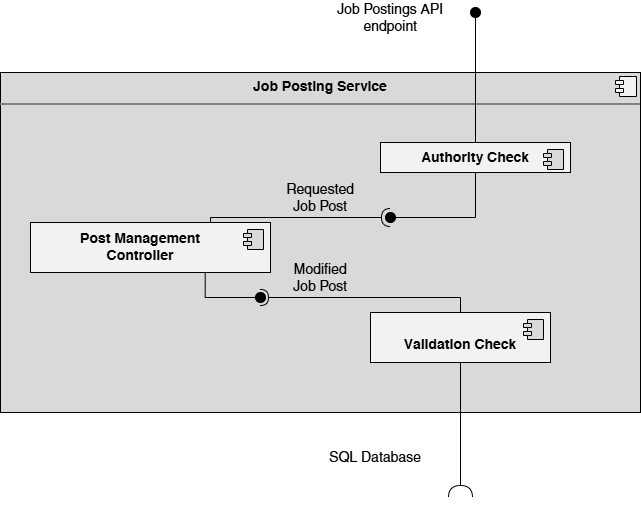
The draw.io diagram 04_QA_Review/Approved/Milestone_1_Component_Diagram/T2_Final_Subdiagram_JobPosting_Component.drawio.png in JmmonJeremy/CareerBound-SDD, before a commit. Source tidied: cells renumbered, new cells last; positions are measured from the earlier drawing's top-left corner, leaving out a move shared by most shapes. The source it was exported from:
```xml
<mxGraphModel>
  <root>
    <mxCell id="0" />
    <mxCell id="1" parent="0" />
    <mxCell id="2" style="group;" parent="1" vertex="1">
      <mxGeometry width="640" height="500" as="geometry" />
    </mxCell>
    <mxCell id="3" value="&lt;p style=&quot;margin:0px;margin-top:6px;text-align:center;&quot;&gt;&lt;b&gt;Job Posting Service&lt;/b&gt;&lt;/p&gt;&lt;hr style=&quot;border-style:solid;&quot;&gt;&lt;p style=&quot;margin:0px;margin-left:8px;&quot;&gt;&lt;br&gt;&lt;/p&gt;" style="align=left;overflow=fill;html=1;whiteSpace=wrap;fillColor=#D9D9D9;verticalAlign=top;fontSize=14;" parent="2" vertex="1">
      <mxGeometry y="70" width="640" height="340" as="geometry" />
    </mxCell>
    <mxCell id="4" style="shape=component;jettyWidth=8;jettyHeight=4;fillColor=light-dark(#f2f2f2, #ededed);" parent="3" vertex="1">
      <mxGeometry x="1" width="21" height="20" relative="1" as="geometry">
        <mxPoint x="-25" y="4" as="offset" />
      </mxGeometry>
    </mxCell>
    <mxCell id="5" value="Job Postings API endpoint" style="text;html=1;whiteSpace=wrap;strokeColor=none;fillColor=none;align=center;verticalAlign=middle;rounded=0;fontSize=14;" parent="2" vertex="1">
      <mxGeometry x="325" width="130" height="30" as="geometry" />
    </mxCell>
    <mxCell id="6" style="rounded=0;jettySize=auto;html=1;endArrow=oval;endFill=1;endSize=10;strokeWidth=1;sketch=0;" parent="2" edge="1" source="10">
      <mxGeometry relative="1" as="geometry">
        <mxPoint x="475" y="10" as="targetPoint" />
      </mxGeometry>
    </mxCell>
    <mxCell id="7" style="ellipse;whiteSpace=wrap;html=1;align=center;fillColor=none;strokeColor=none;perimeter=centerPerimeter;" parent="2" vertex="1">
      <mxGeometry x="455" y="200" width="10" height="10" as="geometry" />
    </mxCell>
    <mxCell id="8" style="html=1;whiteSpace=wrap;fillColor=#F2F2F2;fontSize=14;" parent="2" vertex="1">
      <mxGeometry x="30" y="220" width="240" height="50" as="geometry" />
    </mxCell>
    <mxCell id="9" style="shape=module;jettyWidth=8;jettyHeight=4;gradientColor=none;fillColor=light-dark(#d9d9d9, #ededed);" parent="8" vertex="1">
      <mxGeometry x="1" width="20" height="20" relative="1" as="geometry">
        <mxPoint x="-27" y="7" as="offset" />
      </mxGeometry>
    </mxCell>
    <mxCell id="10" value="&lt;b&gt;&lt;font&gt;Authority Check&lt;/font&gt;&lt;/b&gt;" style="html=1;whiteSpace=wrap;fillColor=#F2F2F2;verticalAlign=top;fontSize=14;" parent="2" vertex="1">
      <mxGeometry x="380" y="140" width="190" height="30" as="geometry" />
    </mxCell>
    <mxCell id="11" style="shape=module;jettyWidth=8;jettyHeight=4;fillColor=light-dark(#d9d9d9, #ededed);" parent="10" vertex="1">
      <mxGeometry x="1" width="20" height="20" relative="1" as="geometry">
        <mxPoint x="-27" y="7" as="offset" />
      </mxGeometry>
    </mxCell>
    <mxCell id="12" value="&lt;br&gt;&lt;b&gt;&lt;font&gt;Validation Check&lt;/font&gt;&lt;/b&gt;" style="html=1;whiteSpace=wrap;fillColor=#F2F2F2;verticalAlign=top;fontSize=14;" parent="2" vertex="1">
      <mxGeometry x="370" y="310" width="180" height="50" as="geometry" />
    </mxCell>
    <mxCell id="13" style="shape=module;jettyWidth=8;jettyHeight=4;fillColor=light-dark(#d9d9d9, #ededed);" parent="12" vertex="1">
      <mxGeometry x="1" width="20" height="20" relative="1" as="geometry">
        <mxPoint x="-27" y="7" as="offset" />
      </mxGeometry>
    </mxCell>
    <mxCell id="14" style="rounded=0;jettySize=auto;html=1;endArrow=halfCircle;endFill=0;sketch=0;sourcePerimeterSpacing=0;targetPerimeterSpacing=0;endSize=10;exitX=0.5;exitY=1;exitDx=0;exitDy=0;edgeStyle=orthogonalEdgeStyle;entryX=0.8;entryY=0.859;entryDx=0;entryDy=0;entryPerimeter=0;" parent="2" edge="1" source="12" target="15">
      <mxGeometry relative="1" as="geometry" />
    </mxCell>
    <mxCell id="15" style="ellipse;whiteSpace=wrap;html=1;align=center;fillColor=none;strokeColor=none;perimeter=centerPerimeter;points=[];outlineConnect=1;" parent="2" vertex="1">
      <mxGeometry x="455" y="490" width="10" height="10" as="geometry" />
    </mxCell>
    <mxCell id="16" value="&lt;font&gt;SQL Database&lt;/font&gt;" style="text;html=1;whiteSpace=wrap;strokeColor=none;fillColor=none;align=center;verticalAlign=middle;rounded=0;fontSize=14;" parent="2" vertex="1">
      <mxGeometry x="320" y="440" width="110" height="30" as="geometry" />
    </mxCell>
    <mxCell id="17" style="rounded=0;jettySize=auto;html=1;endArrow=oval;endFill=1;endSize=10;strokeWidth=1;sketch=0;exitX=0.5;exitY=1;exitDx=0;exitDy=0;edgeStyle=orthogonalEdgeStyle;startSize=6;" parent="2" edge="1" source="10" target="19">
      <mxGeometry relative="1" as="geometry">
        <Array as="points">
          <mxPoint x="475" y="215" />
        </Array>
      </mxGeometry>
    </mxCell>
    <mxCell id="18" style="rounded=0;jettySize=auto;html=1;endArrow=halfCircle;endFill=0;sketch=0;sourcePerimeterSpacing=0;targetPerimeterSpacing=0;endSize=7;exitX=0.75;exitY=0;exitDx=0;exitDy=0;edgeStyle=orthogonalEdgeStyle;" parent="2" edge="1" source="8">
      <mxGeometry relative="1" as="geometry">
        <mxPoint x="390" y="215" as="targetPoint" />
        <Array as="points">
          <mxPoint x="210" y="215" />
        </Array>
      </mxGeometry>
    </mxCell>
    <mxCell id="19" style="ellipse;whiteSpace=wrap;html=1;align=center;fillColor=none;strokeColor=none;perimeter=centerPerimeter;points=[];outlineConnect=1;fontSize=12;" parent="2" vertex="1">
      <mxGeometry x="385" y="210" width="10" height="10" as="geometry" />
    </mxCell>
    <mxCell id="20" style="rounded=0;jettySize=auto;html=1;endArrow=halfCircle;endFill=0;endSize=6;strokeWidth=1;sketch=0;exitX=0.5;exitY=0;exitDx=0;exitDy=0;edgeStyle=orthogonalEdgeStyle;" parent="2" edge="1" source="12" target="22">
      <mxGeometry relative="1" as="geometry">
        <Array as="points">
          <mxPoint x="460" y="295" />
        </Array>
      </mxGeometry>
    </mxCell>
    <mxCell id="21" style="rounded=0;jettySize=auto;html=1;endArrow=oval;endFill=1;sketch=0;sourcePerimeterSpacing=0;targetPerimeterSpacing=0;endSize=10;exitX=0.728;exitY=0.997;exitDx=0;exitDy=0;exitPerimeter=0;edgeStyle=orthogonalEdgeStyle;" parent="2" edge="1" source="8" target="22">
      <mxGeometry relative="1" as="geometry">
        <Array as="points">
          <mxPoint x="205" y="295" />
        </Array>
      </mxGeometry>
    </mxCell>
    <mxCell id="22" style="ellipse;whiteSpace=wrap;html=1;align=center;fillColor=none;strokeColor=none;perimeter=centerPerimeter;points=[];outlineConnect=1;" parent="2" vertex="1">
      <mxGeometry x="255" y="290" width="10" height="10" as="geometry" />
    </mxCell>
    <mxCell id="23" value="Requested Job Post" style="text;html=1;whiteSpace=wrap;strokeColor=none;fillColor=none;align=center;verticalAlign=middle;rounded=0;fontSize=14;" parent="2" vertex="1">
      <mxGeometry x="280" y="180" width="80" height="30" as="geometry" />
    </mxCell>
    <mxCell id="24" value="&lt;font style=&quot;font-size: 14px;&quot;&gt;Modified Job Post&lt;/font&gt;" style="text;html=1;whiteSpace=wrap;strokeColor=none;fillColor=none;align=center;verticalAlign=middle;rounded=0;" parent="2" vertex="1">
      <mxGeometry x="290" y="260" width="60" height="30" as="geometry" />
    </mxCell>
    <mxCell id="25" value="&lt;b style=&quot;font-size: 14px;&quot;&gt;Post Management Controller&lt;/b&gt;" style="text;html=1;whiteSpace=wrap;strokeColor=none;fillColor=none;align=center;verticalAlign=middle;rounded=0;" parent="2" vertex="1">
      <mxGeometry x="75" y="230" width="130" height="30" as="geometry" />
    </mxCell>
  </root>
</mxGraphModel>
```
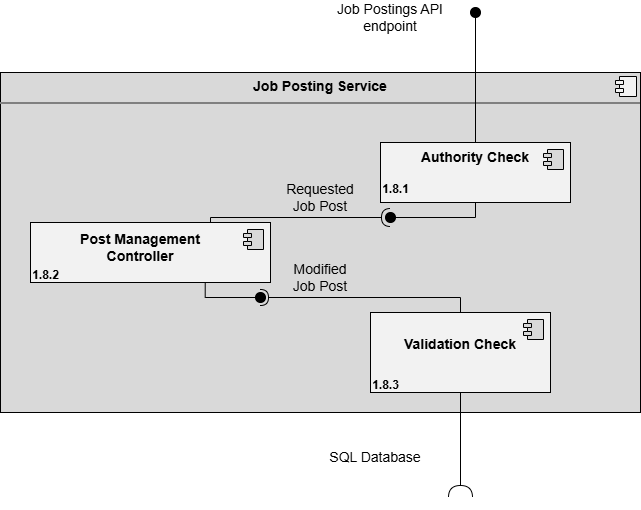
Later version of the same file.

Change to the diagram source:
```diff
@@ -25,7 +25,7 @@
       <mxGeometry x="455" y="200" width="10" height="10" as="geometry" />
     </mxCell>
     <mxCell id="8" style="html=1;whiteSpace=wrap;fillColor=#F2F2F2;fontSize=14;" parent="2" vertex="1">
-      <mxGeometry x="30" y="220" width="240" height="50" as="geometry" />
+      <mxGeometry x="30" y="220" width="240" height="60" as="geometry" />
     </mxCell>
     <mxCell id="9" style="shape=module;jettyWidth=8;jettyHeight=4;gradientColor=none;fillColor=light-dark(#d9d9d9, #ededed);" parent="8" vertex="1">
       <mxGeometry x="1" width="20" height="20" relative="1" as="geometry">
@@ -33,7 +33,7 @@
       </mxGeometry>
     </mxCell>
     <mxCell id="10" value="&lt;b&gt;&lt;font&gt;Authority Check&lt;/font&gt;&lt;/b&gt;" style="html=1;whiteSpace=wrap;fillColor=#F2F2F2;verticalAlign=top;fontSize=14;" parent="2" vertex="1">
-      <mxGeometry x="380" y="140" width="190" height="30" as="geometry" />
+      <mxGeometry x="380" y="140" width="190" height="60" as="geometry" />
     </mxCell>
     <mxCell id="11" style="shape=module;jettyWidth=8;jettyHeight=4;fillColor=light-dark(#d9d9d9, #ededed);" parent="10" vertex="1">
       <mxGeometry x="1" width="20" height="20" relative="1" as="geometry">
@@ -41,7 +41,7 @@
       </mxGeometry>
     </mxCell>
     <mxCell id="12" value="&lt;br&gt;&lt;b&gt;&lt;font&gt;Validation Check&lt;/font&gt;&lt;/b&gt;" style="html=1;whiteSpace=wrap;fillColor=#F2F2F2;verticalAlign=top;fontSize=14;" parent="2" vertex="1">
-      <mxGeometry x="370" y="310" width="180" height="50" as="geometry" />
+      <mxGeometry x="370" y="310" width="180" height="80" as="geometry" />
     </mxCell>
     <mxCell id="13" style="shape=module;jettyWidth=8;jettyHeight=4;fillColor=light-dark(#d9d9d9, #ededed);" parent="12" vertex="1">
       <mxGeometry x="1" width="20" height="20" relative="1" as="geometry">
@@ -101,5 +101,14 @@
     <mxCell id="25" value="&lt;b style=&quot;font-size: 14px;&quot;&gt;Post Management Controller&lt;/b&gt;" style="text;html=1;whiteSpace=wrap;strokeColor=none;fillColor=none;align=center;verticalAlign=middle;rounded=0;" parent="2" vertex="1">
       <mxGeometry x="75" y="230" width="130" height="30" as="geometry" />
     </mxCell>
+    <mxCell id="26" value="1.8.1" style="text;align=center;fontStyle=1;verticalAlign=middle;spacingLeft=3;spacingRight=3;strokeColor=none;html=1;" parent="2" vertex="1">
+      <mxGeometry x="355" y="174" width="80" height="26" as="geometry" />
+    </mxCell>
+    <mxCell id="27" value="1.8.2" style="text;align=center;fontStyle=1;verticalAlign=middle;spacingLeft=3;spacingRight=3;strokeColor=none;html=1;" parent="2" vertex="1">
+      <mxGeometry x="5" y="260" width="80" height="26" as="geometry" />
+    </mxCell>
+    <mxCell id="28" value="1.8.3" style="text;align=center;fontStyle=1;verticalAlign=middle;spacingLeft=3;spacingRight=3;strokeColor=none;html=1;" parent="2" vertex="1">
+      <mxGeometry x="345" y="370" width="80" height="26" as="geometry" />
+    </mxCell>
   </root>
 </mxGraphModel>
```
